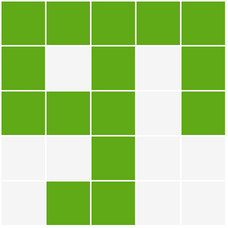
axiomofchoice-hjt/Axiomofchoice-hjt.github.io keeps this draw.io diagram as img/62c303-L4-0.drawio.png. Above is the earlier version. Source tidied: cells renumbered, new cells last; positions are measured from the earlier drawing's top-left corner, leaving out a move shared by most shapes.
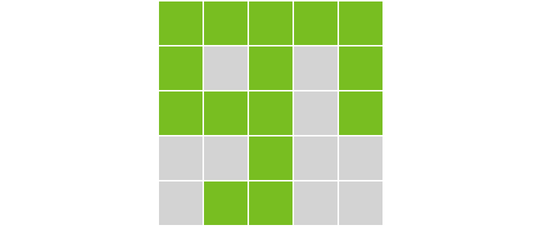
The same file after the commit.

What changed in the source:
```diff
@@ -2,92 +2,98 @@
   <root>
     <mxCell id="0" />
     <mxCell id="1" parent="0" />
-    <mxCell id="2" style="rounded=0;whiteSpace=wrap;html=1;fillColor=#60a917;fontColor=#ffffff;strokeColor=#FFFFFF;" parent="1" vertex="1">
+    <mxCell id="2" style="rounded=0;whiteSpace=wrap;html=1;fillColor=#78be21;fontColor=#ffffff;strokeColor=#FFFFFF;" parent="1" vertex="1">
       <mxGeometry width="30" height="30" as="geometry" />
     </mxCell>
-    <mxCell id="3" style="rounded=0;whiteSpace=wrap;html=1;fillColor=#60a917;fontColor=#ffffff;strokeColor=#FFFFFF;" parent="1" vertex="1">
+    <mxCell id="3" style="rounded=0;whiteSpace=wrap;html=1;fillColor=#78be21;fontColor=#ffffff;strokeColor=#FFFFFF;" parent="1" vertex="1">
       <mxGeometry x="30" width="30" height="30" as="geometry" />
     </mxCell>
-    <mxCell id="4" style="rounded=0;whiteSpace=wrap;html=1;fillColor=#60a917;fontColor=#ffffff;strokeColor=#FFFFFF;" parent="1" vertex="1">
+    <mxCell id="4" style="rounded=0;whiteSpace=wrap;html=1;fillColor=#78be21;fontColor=#ffffff;strokeColor=#FFFFFF;" parent="1" vertex="1">
       <mxGeometry x="60" width="30" height="30" as="geometry" />
     </mxCell>
-    <mxCell id="5" style="rounded=0;whiteSpace=wrap;html=1;fillColor=#008a00;fontColor=#ffffff;strokeColor=#FFFFFF;" parent="1" vertex="1">
+    <mxCell id="5" style="rounded=0;whiteSpace=wrap;html=1;fillColor=#78be21;fontColor=#ffffff;strokeColor=#FFFFFF;" parent="1" vertex="1">
       <mxGeometry x="90" width="30" height="30" as="geometry" />
     </mxCell>
-    <mxCell id="6" style="rounded=0;whiteSpace=wrap;html=1;fillColor=#008a00;fontColor=#ffffff;strokeColor=#FFFFFF;" parent="1" vertex="1">
+    <mxCell id="6" style="rounded=0;whiteSpace=wrap;html=1;fillColor=#78be21;fontColor=#ffffff;strokeColor=#FFFFFF;" parent="1" vertex="1">
       <mxGeometry x="120" width="30" height="30" as="geometry" />
     </mxCell>
-    <mxCell id="7" style="rounded=0;whiteSpace=wrap;html=1;fillColor=#60a917;fontColor=#ffffff;strokeColor=#FFFFFF;" parent="1" vertex="1">
+    <mxCell id="7" style="rounded=0;whiteSpace=wrap;html=1;fillColor=#78be21;fontColor=#ffffff;strokeColor=#FFFFFF;" parent="1" vertex="1">
       <mxGeometry y="30" width="30" height="30" as="geometry" />
     </mxCell>
-    <mxCell id="8" style="rounded=0;whiteSpace=wrap;html=1;fillColor=#f5f5f5;fontColor=#333333;strokeColor=#FFFFFF;" parent="1" vertex="1">
+    <mxCell id="8" style="rounded=0;whiteSpace=wrap;html=1;fillColor=#d3d3d3;fontColor=#333333;strokeColor=#FFFFFF;" parent="1" vertex="1">
       <mxGeometry x="30" y="30" width="30" height="30" as="geometry" />
     </mxCell>
-    <mxCell id="9" style="rounded=0;whiteSpace=wrap;html=1;fillColor=#60a917;fontColor=#ffffff;strokeColor=#FFFFFF;" parent="1" vertex="1">
+    <mxCell id="9" style="rounded=0;whiteSpace=wrap;html=1;fillColor=#78be21;fontColor=#ffffff;strokeColor=#FFFFFF;" parent="1" vertex="1">
       <mxGeometry x="60" y="30" width="30" height="30" as="geometry" />
     </mxCell>
-    <mxCell id="10" style="rounded=0;whiteSpace=wrap;html=1;fillColor=#f5f5f5;fontColor=#333333;strokeColor=#FFFFFF;" parent="1" vertex="1">
+    <mxCell id="10" style="rounded=0;whiteSpace=wrap;html=1;fillColor=#d3d3d3;fontColor=#333333;strokeColor=#FFFFFF;" parent="1" vertex="1">
       <mxGeometry x="90" y="30" width="30" height="30" as="geometry" />
     </mxCell>
-    <mxCell id="11" style="rounded=0;whiteSpace=wrap;html=1;fillColor=#008a00;fontColor=#ffffff;strokeColor=#FFFFFF;" parent="1" vertex="1">
+    <mxCell id="11" style="rounded=0;whiteSpace=wrap;html=1;fillColor=#78be21;fontColor=#ffffff;strokeColor=#FFFFFF;" parent="1" vertex="1">
       <mxGeometry x="120" y="30" width="30" height="30" as="geometry" />
     </mxCell>
-    <mxCell id="12" style="rounded=0;whiteSpace=wrap;html=1;fillColor=#60a917;fontColor=#ffffff;strokeColor=#FFFFFF;" parent="1" vertex="1">
+    <mxCell id="12" style="rounded=0;whiteSpace=wrap;html=1;fillColor=#78be21;fontColor=#ffffff;strokeColor=#FFFFFF;" parent="1" vertex="1">
       <mxGeometry y="60" width="30" height="30" as="geometry" />
     </mxCell>
-    <mxCell id="13" style="rounded=0;whiteSpace=wrap;html=1;fillColor=#60a917;fontColor=#ffffff;strokeColor=#FFFFFF;" parent="1" vertex="1">
+    <mxCell id="13" style="rounded=0;whiteSpace=wrap;html=1;fillColor=#78be21;fontColor=#ffffff;strokeColor=#FFFFFF;" parent="1" vertex="1">
       <mxGeometry x="30" y="60" width="30" height="30" as="geometry" />
     </mxCell>
-    <mxCell id="14" style="rounded=0;whiteSpace=wrap;html=1;fillColor=#60a917;fontColor=#ffffff;strokeColor=#FFFFFF;" parent="1" vertex="1">
+    <mxCell id="14" style="rounded=0;whiteSpace=wrap;html=1;fillColor=#78be21;fontColor=#ffffff;strokeColor=#FFFFFF;" parent="1" vertex="1">
       <mxGeometry x="60" y="60" width="30" height="30" as="geometry" />
     </mxCell>
-    <mxCell id="15" style="rounded=0;whiteSpace=wrap;html=1;fillColor=#f5f5f5;fontColor=#333333;strokeColor=#FFFFFF;" parent="1" vertex="1">
+    <mxCell id="15" style="rounded=0;whiteSpace=wrap;html=1;fillColor=#d3d3d3;fontColor=#333333;strokeColor=#FFFFFF;" parent="1" vertex="1">
       <mxGeometry x="90" y="60" width="30" height="30" as="geometry" />
     </mxCell>
-    <mxCell id="16" style="rounded=0;whiteSpace=wrap;html=1;fillColor=#008a00;fontColor=#ffffff;strokeColor=#FFFFFF;" parent="1" vertex="1">
+    <mxCell id="16" style="rounded=0;whiteSpace=wrap;html=1;fillColor=#78be21;fontColor=#ffffff;strokeColor=#FFFFFF;" parent="1" vertex="1">
       <mxGeometry x="120" y="60" width="30" height="30" as="geometry" />
     </mxCell>
-    <mxCell id="17" style="rounded=0;whiteSpace=wrap;html=1;fillColor=#f5f5f5;fontColor=#333333;strokeColor=#FFFFFF;" parent="1" vertex="1">
+    <mxCell id="17" style="rounded=0;whiteSpace=wrap;html=1;fillColor=#d3d3d3;fontColor=#333333;strokeColor=#FFFFFF;" parent="1" vertex="1">
       <mxGeometry y="90" width="30" height="30" as="geometry" />
     </mxCell>
-    <mxCell id="18" style="rounded=0;whiteSpace=wrap;html=1;fillColor=#f5f5f5;fontColor=#333333;strokeColor=#FFFFFF;" parent="1" vertex="1">
+    <mxCell id="18" style="rounded=0;whiteSpace=wrap;html=1;fillColor=#d3d3d3;fontColor=#333333;strokeColor=#FFFFFF;" parent="1" vertex="1">
       <mxGeometry x="30" y="90" width="30" height="30" as="geometry" />
     </mxCell>
-    <mxCell id="19" style="rounded=0;whiteSpace=wrap;html=1;fillColor=#60a917;fontColor=#ffffff;strokeColor=#FFFFFF;" parent="1" vertex="1">
+    <mxCell id="19" style="rounded=0;whiteSpace=wrap;html=1;fillColor=#78be21;fontColor=#ffffff;strokeColor=#FFFFFF;" parent="1" vertex="1">
       <mxGeometry x="60" y="90" width="30" height="30" as="geometry" />
     </mxCell>
-    <mxCell id="20" style="rounded=0;whiteSpace=wrap;html=1;fillColor=#f5f5f5;fontColor=#333333;strokeColor=#FFFFFF;" parent="1" vertex="1">
+    <mxCell id="20" style="rounded=0;whiteSpace=wrap;html=1;fillColor=#d3d3d3;fontColor=#333333;strokeColor=#FFFFFF;" parent="1" vertex="1">
       <mxGeometry x="90" y="90" width="30" height="30" as="geometry" />
     </mxCell>
-    <mxCell id="21" style="rounded=0;whiteSpace=wrap;html=1;fillColor=#f5f5f5;fontColor=#333333;strokeColor=#FFFFFF;" parent="1" vertex="1">
+    <mxCell id="21" style="rounded=0;whiteSpace=wrap;html=1;fillColor=#d3d3d3;fontColor=#333333;strokeColor=#FFFFFF;" parent="1" vertex="1">
       <mxGeometry x="120" y="90" width="30" height="30" as="geometry" />
     </mxCell>
-    <mxCell id="22" style="rounded=0;whiteSpace=wrap;html=1;fillColor=#f5f5f5;fontColor=#333333;strokeColor=#FFFFFF;" parent="1" vertex="1">
+    <mxCell id="22" style="rounded=0;whiteSpace=wrap;html=1;fillColor=#d3d3d3;fontColor=#333333;strokeColor=#FFFFFF;" parent="1" vertex="1">
       <mxGeometry y="120" width="30" height="30" as="geometry" />
     </mxCell>
-    <mxCell id="23" style="rounded=0;whiteSpace=wrap;html=1;fillColor=#60a917;fontColor=#ffffff;strokeColor=#FFFFFF;" parent="1" vertex="1">
+    <mxCell id="23" style="rounded=0;whiteSpace=wrap;html=1;fillColor=#78be21;fontColor=#ffffff;strokeColor=#FFFFFF;" parent="1" vertex="1">
       <mxGeometry x="30" y="120" width="30" height="30" as="geometry" />
     </mxCell>
-    <mxCell id="24" style="rounded=0;whiteSpace=wrap;html=1;fillColor=#60a917;fontColor=#ffffff;strokeColor=#FFFFFF;" parent="1" vertex="1">
+    <mxCell id="24" style="rounded=0;whiteSpace=wrap;html=1;fillColor=#78be21;fontColor=#ffffff;strokeColor=#FFFFFF;" parent="1" vertex="1">
       <mxGeometry x="60" y="120" width="30" height="30" as="geometry" />
     </mxCell>
-    <mxCell id="25" style="rounded=0;whiteSpace=wrap;html=1;fillColor=#f5f5f5;fontColor=#333333;strokeColor=#FFFFFF;" parent="1" vertex="1">
+    <mxCell id="25" style="rounded=0;whiteSpace=wrap;html=1;fillColor=#d3d3d3;fontColor=#333333;strokeColor=#FFFFFF;" parent="1" vertex="1">
       <mxGeometry x="90" y="120" width="30" height="30" as="geometry" />
     </mxCell>
-    <mxCell id="26" style="rounded=0;whiteSpace=wrap;html=1;fillColor=#f5f5f5;fontColor=#333333;strokeColor=#FFFFFF;" parent="1" vertex="1">
+    <mxCell id="26" style="rounded=0;whiteSpace=wrap;html=1;fillColor=#d3d3d3;fontColor=#333333;strokeColor=#FFFFFF;" parent="1" vertex="1">
       <mxGeometry x="120" y="120" width="30" height="30" as="geometry" />
     </mxCell>
-    <mxCell id="27" style="rounded=0;whiteSpace=wrap;html=1;fillColor=#60a917;fontColor=#ffffff;strokeColor=#FFFFFF;" parent="1" vertex="1">
+    <mxCell id="27" style="rounded=0;whiteSpace=wrap;html=1;fillColor=#78be21;fontColor=#ffffff;strokeColor=#FFFFFF;" parent="1" vertex="1">
       <mxGeometry x="120" y="60" width="30" height="30" as="geometry" />
     </mxCell>
-    <mxCell id="28" style="rounded=0;whiteSpace=wrap;html=1;fillColor=#60a917;fontColor=#ffffff;strokeColor=#FFFFFF;" parent="1" vertex="1">
+    <mxCell id="28" style="rounded=0;whiteSpace=wrap;html=1;fillColor=#78be21;fontColor=#ffffff;strokeColor=#FFFFFF;" parent="1" vertex="1">
       <mxGeometry x="120" y="30" width="30" height="30" as="geometry" />
     </mxCell>
-    <mxCell id="29" style="rounded=0;whiteSpace=wrap;html=1;fillColor=#60a917;fontColor=#ffffff;strokeColor=#FFFFFF;" parent="1" vertex="1">
+    <mxCell id="29" style="rounded=0;whiteSpace=wrap;html=1;fillColor=#78be21;fontColor=#ffffff;strokeColor=#FFFFFF;" parent="1" vertex="1">
       <mxGeometry x="120" width="30" height="30" as="geometry" />
     </mxCell>
-    <mxCell id="30" style="rounded=0;whiteSpace=wrap;html=1;fillColor=#60a917;fontColor=#ffffff;strokeColor=#FFFFFF;" parent="1" vertex="1">
+    <mxCell id="30" style="rounded=0;whiteSpace=wrap;html=1;fillColor=#78be21;fontColor=#ffffff;strokeColor=#FFFFFF;" parent="1" vertex="1">
       <mxGeometry x="90" width="30" height="30" as="geometry" />
     </mxCell>
+    <mxCell id="31" style="endArrow=none;dashed=1;html=1;strokeColor=#FFFFFF;" parent="1" edge="1">
+      <mxGeometry relative="1" as="geometry">
+        <mxPoint x="-105" as="sourcePoint" />
+        <mxPoint x="255" as="targetPoint" />
+      </mxGeometry>
+    </mxCell>
   </root>
 </mxGraphModel>
```
